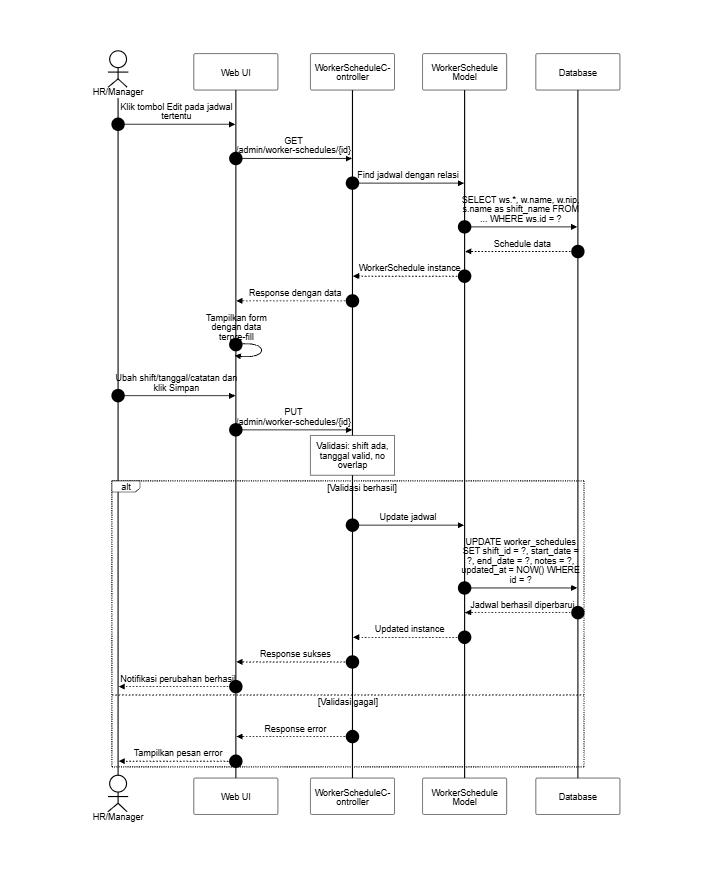
Before: docs/SequenceDiagram/PNG_Transparent/KelolaJadwalPegawai-Ubah.png, a diagram exported from Mermaid (SulaimanHafi23/SimpegRSHDI). Its source is kept beside it as docs/SequenceDiagram/KelolaJadwalPegawai-Ubah.mermaid. Source of this version:
```mermaid
---
id: KelolaJadwalPegawai-UbahJadwal
title: Kelola Jadwal Pegawai - Ubah Jadwal
---
%%{init: {"theme": "base", "themeVariables": {"background": "#dddddd", "primaryColor": "#ffffff", "primaryBorderColor": "#000000", "primaryTextColor": "#000000", "lineColor": "#000000", "textColor": "#000000", "actorBkg": "#ffffff", "actorBorder": "#000000", "actorTextColor": "#000000", "activationBkgColor": "#ffffff", "activationBorderColor": "#000000", "signalColor": "#000000", "signalTextColor": "#000000", "labelBoxBkgColor": "#ffffff", "labelBoxBorderColor": "#000000", "labelTextColor": "#000000", "sequenceNumberColor": "#000000", "noteBkgColor": "#ffffff", "noteBorderColor": "#000000", "noteTextColor": "#000000"}, "sequence": {"useMaxWidth": true, "wrap": true, "messageFontSize": 12, "noteFontSize": 12}}}%%
sequenceDiagram
    autonumber
    actor HR as HR/Manager
    participant UI as Web UI
    participant C as WorkerScheduleController
    participant WS as WorkerSchedule Model
    participant DB as Database

    HR->>UI: Klik tombol Edit pada jadwal tertentu
    UI->>C: GET /admin/worker-schedules/{id}
    C->>WS: Find jadwal dengan relasi
    WS->>DB: SELECT ws.*, w.name, w.nip, s.name as shift_name FROM ... WHERE ws.id = ?
    DB-->>WS: Schedule data
    WS-->>C: WorkerSchedule instance
    C-->>UI: Response dengan data
    UI->>UI: Tampilkan form dengan data terpre-fill
    HR->>UI: Ubah shift/tanggal/catatan dan klik Simpan
    UI->>C: PUT /admin/worker-schedules/{id}
    note over C: Validasi: shift ada, tanggal valid, no overlap
    alt Validasi berhasil
        C->>WS: Update jadwal
        WS->>DB: UPDATE worker_schedules SET shift_id = ?, start_date = ?, end_date = ?, notes = ?, updated_at = NOW() WHERE id = ?
        DB-->>WS: Jadwal berhasil diperbarui
        WS-->>C: Updated instance
        C-->>UI: Response sukses
        UI-->>HR: Notifikasi perubahan berhasil
    else Validasi gagal
        C-->>UI: Response error
        UI-->>HR: Tampilkan pesan error
    end
```
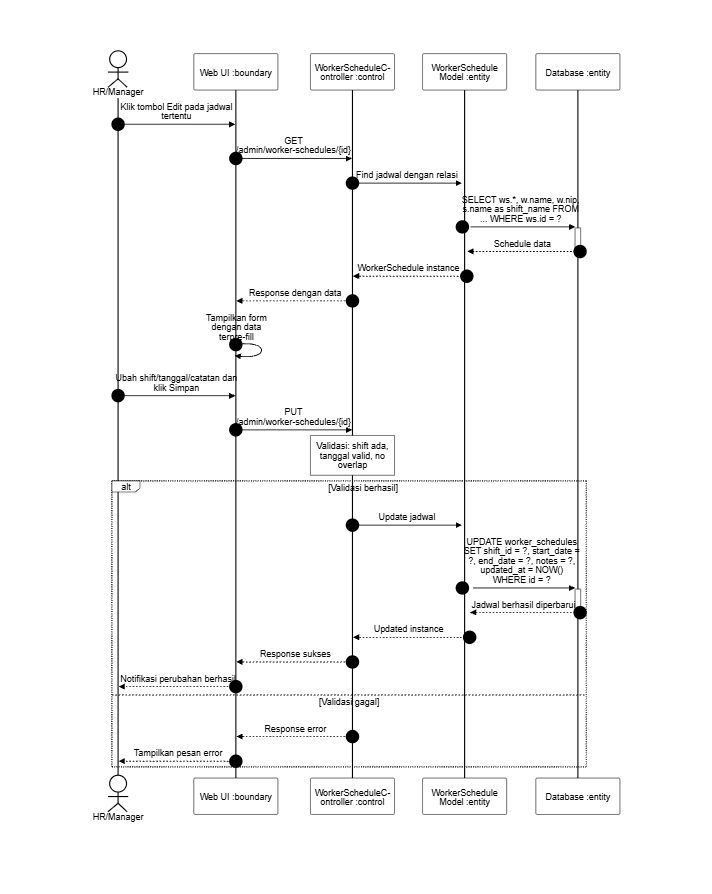
Later version of the same file.

Change to the diagram source:
```diff
@@ -6,16 +6,16 @@
 sequenceDiagram
     autonumber
     actor HR as HR/Manager
-    participant UI as Web UI
-    participant C as WorkerScheduleController
-    participant WS as WorkerSchedule Model
-    participant DB as Database
+    participant UI as Web UI :boundary
+    participant C as WorkerScheduleController :control
+    participant WS as WorkerSchedule Model :entity
+    participant DB as Database :entity
 
     HR->>UI: Klik tombol Edit pada jadwal tertentu
     UI->>C: GET /admin/worker-schedules/{id}
-    C->>WS: Find jadwal dengan relasi
-    WS->>DB: SELECT ws.*, w.name, w.nip, s.name as shift_name FROM ... WHERE ws.id = ?
-    DB-->>WS: Schedule data
+    C->>+WS: Find jadwal dengan relasi
+    WS->>+DB: SELECT ws.*, w.name, w.nip, s.name as shift_name FROM ... WHERE ws.id = ?
+    DB-->>-WS: Schedule data
     WS-->>C: WorkerSchedule instance
     C-->>UI: Response dengan data
     UI->>UI: Tampilkan form dengan data terpre-fill
@@ -23,9 +23,9 @@
     UI->>C: PUT /admin/worker-schedules/{id}
     note over C: Validasi: shift ada, tanggal valid, no overlap
     alt Validasi berhasil
-        C->>WS: Update jadwal
-        WS->>DB: UPDATE worker_schedules SET shift_id = ?, start_date = ?, end_date = ?, notes = ?, updated_at = NOW() WHERE id = ?
-        DB-->>WS: Jadwal berhasil diperbarui
+        C->>+WS: Update jadwal
+        WS->>+DB: UPDATE worker_schedules SET shift_id = ?, start_date = ?, end_date = ?, notes = ?, updated_at = NOW() WHERE id = ?
+        DB-->>-WS: Jadwal berhasil diperbarui
         WS-->>C: Updated instance
         C-->>UI: Response sukses
         UI-->>HR: Notifikasi perubahan berhasil
```
